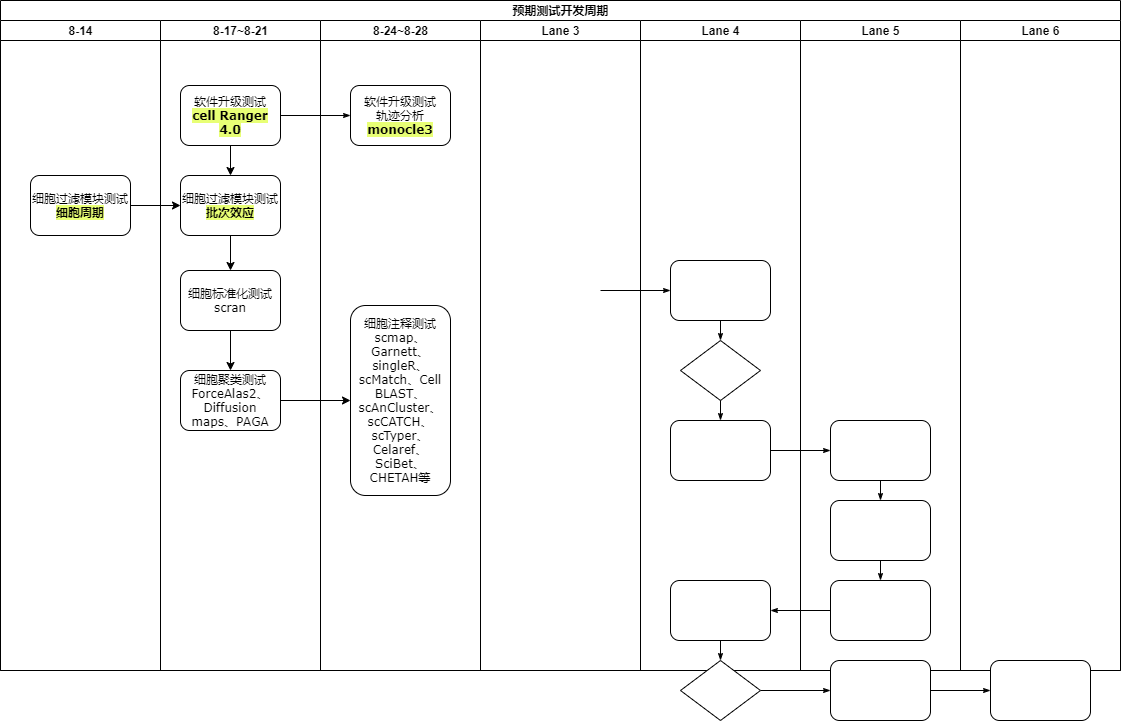
Before: 流程图2.png, a diagram exported from draw.io (myshu2017-03-14/test-myshu-2018-1-13). Source tidied: cells renumbered, new cells last; positions are measured from the earlier drawing's top-left corner, leaving out a move shared by most shapes.
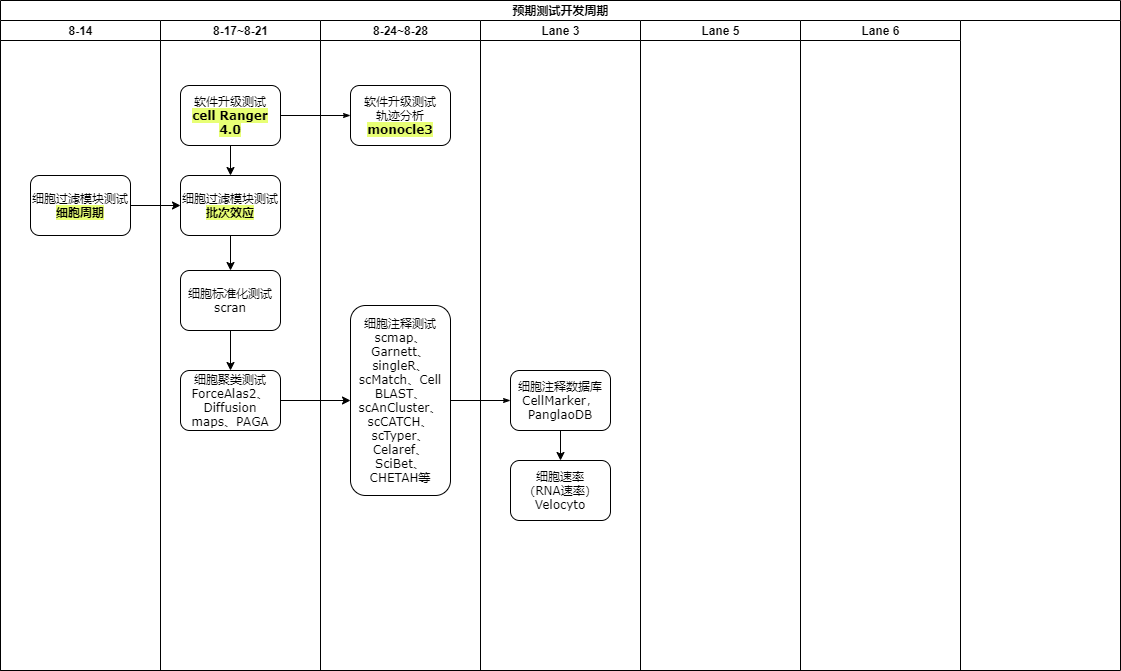
The same diagram one commit later.

Commit message:
更新流程图2.png

Change to the diagram source:
```diff
@@ -38,23 +38,9 @@
     <mxCell id="13" style="edgeStyle=orthogonalEdgeStyle;rounded=1;html=1;labelBackgroundColor=none;startArrow=none;startFill=0;startSize=5;endArrow=classicThin;endFill=1;endSize=5;jettySize=auto;strokeWidth=1;fontFamily=Verdana;fontSize=8;" parent="2" edge="1" source="8" target="21">
       <mxGeometry relative="1" as="geometry" />
     </mxCell>
-    <mxCell id="14" style="edgeStyle=orthogonalEdgeStyle;rounded=1;html=1;labelBackgroundColor=none;startArrow=none;startFill=0;startSize=5;endArrow=classicThin;endFill=1;endSize=5;jettySize=auto;strokeWidth=1;fontFamily=Verdana;fontSize=8;" parent="2" edge="1" target="24">
-      <mxGeometry relative="1" as="geometry">
-        <mxPoint x="600" y="290" as="sourcePoint" />
-      </mxGeometry>
+    <mxCell id="14" style="edgeStyle=orthogonalEdgeStyle;rounded=1;html=1;labelBackgroundColor=none;startArrow=none;startFill=0;startSize=5;endArrow=classicThin;endFill=1;endSize=5;jettySize=auto;strokeWidth=1;fontFamily=Verdana;fontSize=8;exitX=1;exitY=0.5;exitDx=0;exitDy=0;" parent="2" edge="1" source="20" target="24">
+      <mxGeometry relative="1" as="geometry" />
     </mxCell>
-    <mxCell id="15" style="edgeStyle=orthogonalEdgeStyle;rounded=1;html=1;labelBackgroundColor=none;startArrow=none;startFill=0;startSize=5;endArrow=classicThin;endFill=1;endSize=5;jettySize=auto;strokeWidth=1;fontFamily=Verdana;fontSize=8;" parent="2" edge="1" source="28" target="36">
-      <mxGeometry relative="1" as="geometry" />
-    </mxCell>
-    <mxCell id="16" style="edgeStyle=orthogonalEdgeStyle;rounded=1;html=1;labelBackgroundColor=none;startArrow=none;startFill=0;startSize=5;endArrow=classicThin;endFill=1;endSize=5;jettySize=auto;strokeWidth=1;fontFamily=Verdana;fontSize=8;" parent="2" edge="1" source="36" target="40">
-      <mxGeometry relative="1" as="geometry" />
-    </mxCell>
-    <mxCell id="17" style="edgeStyle=orthogonalEdgeStyle;rounded=1;html=1;labelBackgroundColor=none;startArrow=none;startFill=0;startSize=5;endArrow=classicThin;endFill=1;endSize=5;jettySize=auto;strokeWidth=1;fontFamily=Verdana;fontSize=8;" parent="2" edge="1" source="26" target="33">
-      <mxGeometry relative="1" as="geometry" />
-    </mxCell>
-    <mxCell id="18" style="edgeStyle=orthogonalEdgeStyle;rounded=1;html=1;labelBackgroundColor=none;startArrow=none;startFill=0;startSize=5;endArrow=classicThin;endFill=1;endSize=5;jettySize=auto;strokeColor=#000000;strokeWidth=1;fontFamily=Verdana;fontSize=8;fontColor=#000000;" parent="2" edge="1" source="35" target="27">
-      <mxGeometry relative="1" as="geometry" />
-    </mxCell>
     <mxCell id="19" value="8-24~8-28" style="swimlane;html=1;startSize=20;" parent="2" vertex="1">
       <mxGeometry x="320" y="20" width="160" height="650" as="geometry" />
     </mxCell>
@@ -67,60 +53,21 @@
     <mxCell id="22" value="Lane 3" style="swimlane;html=1;startSize=20;" parent="2" vertex="1">
       <mxGeometry x="480" y="20" width="160" height="650" as="geometry" />
     </mxCell>
-    <mxCell id="23" value="Lane 4" style="swimlane;html=1;startSize=20;" parent="2" vertex="1">
-      <mxGeometry x="640" y="20" width="160" height="650" as="geometry" />
-    </mxCell>
+    <mxCell id="43" style="edgeStyle=none;rounded=1;jettySize=auto;html=1;" parent="22" edge="1" source="24" target="33">
+      <mxGeometry relative="1" as="geometry" />
+    </mxCell>
-    <mxCell id="24" style="rounded=1;whiteSpace=wrap;html=1;shadow=0;labelBackgroundColor=none;strokeWidth=1;fontFamily=Verdana;fontSize=8;align=center;" parent="23" vertex="1">
-      <mxGeometry x="30" y="240" width="100" height="60" as="geometry" />
+    <mxCell id="24" value="&lt;div&gt;&lt;span style=&quot;font-size: 8px&quot;&gt;细胞注释数据库&lt;/span&gt;&lt;/div&gt;&lt;div&gt;&lt;span style=&quot;font-size: 8px&quot;&gt;CellMarker，PanglaoDB&lt;/span&gt;&lt;/div&gt;" style="rounded=1;whiteSpace=wrap;html=1;shadow=0;labelBackgroundColor=none;strokeWidth=1;fontFamily=Verdana;fontSize=8;align=center;" parent="22" vertex="1">
+      <mxGeometry x="30" y="350" width="100" height="60" as="geometry" />
     </mxCell>
-    <mxCell id="25" style="rhombus;whiteSpace=wrap;html=1;rounded=0;shadow=0;labelBackgroundColor=none;strokeWidth=1;fontFamily=Verdana;fontSize=8;align=center;" parent="23" vertex="1">
-      <mxGeometry x="40" y="320" width="80" height="60" as="geometry" />
-    </mxCell>
-    <mxCell id="26" style="rounded=1;whiteSpace=wrap;html=1;shadow=0;labelBackgroundColor=none;strokeWidth=1;fontFamily=Verdana;fontSize=8;align=center;" parent="23" vertex="1">
-      <mxGeometry x="30" y="400" width="100" height="60" as="geometry" />
-    </mxCell>
-    <mxCell id="27" style="rounded=1;whiteSpace=wrap;html=1;shadow=0;labelBackgroundColor=none;strokeWidth=1;fontFamily=Verdana;fontSize=8;align=center;" parent="23" vertex="1">
-      <mxGeometry x="30" y="560" width="100" height="60" as="geometry" />
-    </mxCell>
-    <mxCell id="28" style="rhombus;whiteSpace=wrap;html=1;rounded=0;shadow=0;labelBackgroundColor=none;strokeWidth=1;fontFamily=Verdana;fontSize=8;align=center;" parent="23" vertex="1">
-      <mxGeometry x="40" y="640" width="80" height="60" as="geometry" />
-    </mxCell>
-    <mxCell id="29" style="edgeStyle=orthogonalEdgeStyle;rounded=1;html=1;labelBackgroundColor=none;startArrow=none;startFill=0;startSize=5;endArrow=classicThin;endFill=1;endSize=5;jettySize=auto;strokeColor=#000000;strokeWidth=1;fontFamily=Verdana;fontSize=8;fontColor=#000000;" parent="23" edge="1" source="24" target="25">
-      <mxGeometry relative="1" as="geometry" />
-    </mxCell>
-    <mxCell id="30" style="edgeStyle=orthogonalEdgeStyle;rounded=1;html=1;labelBackgroundColor=none;startArrow=none;startFill=0;startSize=5;endArrow=classicThin;endFill=1;endSize=5;jettySize=auto;strokeWidth=1;fontFamily=Verdana;fontSize=8;" parent="23" edge="1" source="25" target="26">
-      <mxGeometry relative="1" as="geometry" />
-    </mxCell>
-    <mxCell id="31" style="edgeStyle=orthogonalEdgeStyle;rounded=1;html=1;labelBackgroundColor=none;startArrow=none;startFill=0;startSize=5;endArrow=classicThin;endFill=1;endSize=5;jettySize=auto;strokeWidth=1;fontFamily=Verdana;fontSize=8;" parent="23" edge="1" source="27" target="28">
-      <mxGeometry relative="1" as="geometry" />
-    </mxCell>
+    <mxCell id="33" value="&lt;span style=&quot;font-size: 8px&quot;&gt;细胞速率&lt;br&gt;（RNA速率） Velocyto&lt;/span&gt;" style="rounded=1;whiteSpace=wrap;html=1;shadow=0;labelBackgroundColor=none;strokeWidth=1;fontFamily=Verdana;fontSize=8;align=center;" parent="22" vertex="1">
+      <mxGeometry x="30" y="440" width="100" height="60" as="geometry" />
+    </mxCell>
     <mxCell id="32" value="Lane 5" style="swimlane;html=1;startSize=20;" parent="2" vertex="1">
-      <mxGeometry x="800" y="20" width="160" height="650" as="geometry" />
+      <mxGeometry x="640" y="20" width="160" height="650" as="geometry" />
     </mxCell>
-    <mxCell id="33" style="rounded=1;whiteSpace=wrap;html=1;shadow=0;labelBackgroundColor=none;strokeWidth=1;fontFamily=Verdana;fontSize=8;align=center;" parent="32" vertex="1">
-      <mxGeometry x="30" y="400" width="100" height="60" as="geometry" />
-    </mxCell>
-    <mxCell id="34" style="rounded=1;whiteSpace=wrap;html=1;shadow=0;labelBackgroundColor=none;strokeWidth=1;fontFamily=Verdana;fontSize=8;align=center;" parent="32" vertex="1">
-      <mxGeometry x="30" y="480" width="100" height="60" as="geometry" />
-    </mxCell>
-    <mxCell id="35" style="rounded=1;whiteSpace=wrap;html=1;shadow=0;labelBackgroundColor=none;strokeWidth=1;fontFamily=Verdana;fontSize=8;align=center;" parent="32" vertex="1">
-      <mxGeometry x="30" y="560" width="100" height="60" as="geometry" />
-    </mxCell>
-    <mxCell id="36" style="rounded=1;whiteSpace=wrap;html=1;shadow=0;labelBackgroundColor=none;strokeWidth=1;fontFamily=Verdana;fontSize=8;align=center;" parent="32" vertex="1">
-      <mxGeometry x="30" y="640" width="100" height="60" as="geometry" />
-    </mxCell>
-    <mxCell id="37" style="edgeStyle=orthogonalEdgeStyle;rounded=1;html=1;labelBackgroundColor=none;startArrow=none;startFill=0;startSize=5;endArrow=classicThin;endFill=1;endSize=5;jettySize=auto;strokeWidth=1;fontFamily=Verdana;fontSize=8;" parent="32" edge="1" source="33" target="34">
-      <mxGeometry relative="1" as="geometry" />
-    </mxCell>
-    <mxCell id="38" style="edgeStyle=orthogonalEdgeStyle;rounded=1;html=1;labelBackgroundColor=none;startArrow=none;startFill=0;startSize=5;endArrow=classicThin;endFill=1;endSize=5;jettySize=auto;strokeWidth=1;fontFamily=Verdana;fontSize=8;" parent="32" edge="1" source="34" target="35">
-      <mxGeometry relative="1" as="geometry" />
-    </mxCell>
     <mxCell id="39" value="Lane 6" style="swimlane;html=1;startSize=20;" parent="2" vertex="1">
-      <mxGeometry x="960" y="20" width="160" height="650" as="geometry" />
+      <mxGeometry x="800" y="20" width="160" height="650" as="geometry" />
     </mxCell>
-    <mxCell id="40" style="rounded=1;whiteSpace=wrap;html=1;shadow=0;labelBackgroundColor=none;strokeWidth=1;fontFamily=Verdana;fontSize=8;align=center;" parent="39" vertex="1">
-      <mxGeometry x="30" y="640" width="100" height="60" as="geometry" />
-    </mxCell>
     <mxCell id="41" style="edgeStyle=orthogonalEdgeStyle;rounded=0;jettySize=auto;html=1;entryX=0;entryY=0.5;entryDx=0;entryDy=0;" parent="2" edge="1" source="4" target="10">
       <mxGeometry relative="1" as="geometry" />
     </mxCell>
```
